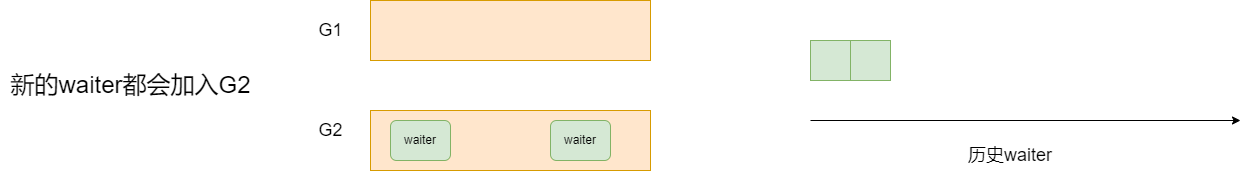
Before: blog/Linux/application-dev/cond-var/demo1.png, a diagram exported from draw.io (zgjsxx/static-img-repo). Source tidied: cells renumbered, new cells last; positions are measured from the earlier drawing's top-left corner, leaving out a move shared by most shapes. The source it was exported from:
```xml
<mxGraphModel>
  <root>
    <mxCell id="0" />
    <mxCell id="1" parent="0" />
    <mxCell id="2" style="rounded=0;whiteSpace=wrap;html=1;fillColor=#ffe6cc;strokeColor=#d79b00;" parent="1" vertex="1">
      <mxGeometry x="370" y="110" width="280" height="60" as="geometry" />
    </mxCell>
    <mxCell id="3" value="waiter" style="rounded=1;whiteSpace=wrap;html=1;fillColor=#d5e8d4;strokeColor=#82b366;shadow=0;" parent="1" vertex="1">
      <mxGeometry x="390" y="120" width="60" height="40" as="geometry" />
    </mxCell>
    <mxCell id="4" value="waiter" style="rounded=1;whiteSpace=wrap;html=1;fillColor=#d5e8d4;strokeColor=#82b366;shadow=0;" parent="1" vertex="1">
      <mxGeometry x="550" y="120" width="60" height="40" as="geometry" />
    </mxCell>
    <mxCell id="5" style="rounded=0;whiteSpace=wrap;html=1;fillColor=#ffe6cc;strokeColor=#d79b00;" parent="1" vertex="1">
      <mxGeometry x="370" width="280" height="60" as="geometry" />
    </mxCell>
    <mxCell id="6" value="&lt;font style=&quot;font-size: 18px&quot;&gt;G1&lt;/font&gt;" style="text;html=1;align=center;verticalAlign=middle;fillColor=none;strokeColor=none;rounded=0;shadow=0;" parent="1" vertex="1">
      <mxGeometry x="310" y="20" width="40" height="20" as="geometry" />
    </mxCell>
    <mxCell id="7" value="&lt;font style=&quot;font-size: 18px&quot;&gt;G2&lt;/font&gt;" style="text;html=1;align=center;verticalAlign=middle;fillColor=none;strokeColor=none;rounded=0;shadow=0;" parent="1" vertex="1">
      <mxGeometry x="310" y="120" width="40" height="20" as="geometry" />
    </mxCell>
    <mxCell id="8" value="&lt;font style=&quot;font-size: 24px&quot;&gt;新的waiter都会加入G2&lt;/font&gt;" style="text;html=1;align=center;verticalAlign=middle;fillColor=none;strokeColor=none;rounded=0;shadow=0;fontSize=18;" parent="1" vertex="1">
      <mxGeometry y="70" width="260" height="30" as="geometry" />
    </mxCell>
    <mxCell id="9" style="rounded=0;whiteSpace=wrap;html=1;fillColor=#d5e8d4;strokeColor=#82b366;" parent="1" vertex="1">
      <mxGeometry x="810" y="40" width="40" height="40" as="geometry" />
    </mxCell>
    <mxCell id="10" style="rounded=0;whiteSpace=wrap;html=1;fillColor=#d5e8d4;strokeColor=#82b366;" parent="1" vertex="1">
      <mxGeometry x="850" y="40" width="40" height="40" as="geometry" />
    </mxCell>
    <mxCell id="11" style="endArrow=classic;html=1;rounded=0;" parent="1" edge="1">
      <mxGeometry relative="1" as="geometry">
        <mxPoint x="810" y="120" as="sourcePoint" />
        <mxPoint x="1240" y="120" as="targetPoint" />
      </mxGeometry>
    </mxCell>
    <mxCell id="12" value="&lt;font style=&quot;font-size: 18px;&quot;&gt;历史waiter&lt;/font&gt;" style="text;strokeColor=none;align=center;fillColor=none;html=1;verticalAlign=middle;whiteSpace=wrap;rounded=0;" parent="1" vertex="1">
      <mxGeometry x="940" y="140" width="140" height="30" as="geometry" />
    </mxCell>
  </root>
</mxGraphModel>
```
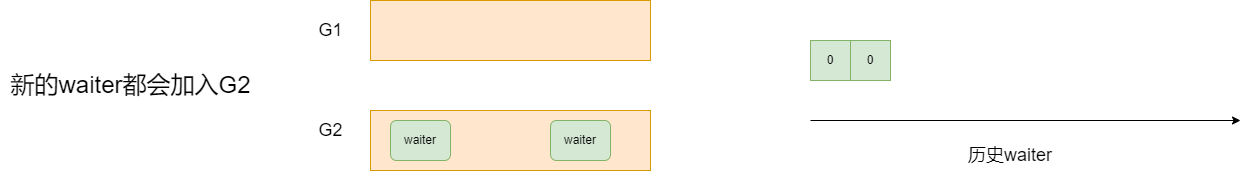
After the commit.

Diff of the diagram source:
```diff
@@ -23,10 +23,10 @@
     <mxCell id="8" value="&lt;font style=&quot;font-size: 24px&quot;&gt;新的waiter都会加入G2&lt;/font&gt;" style="text;html=1;align=center;verticalAlign=middle;fillColor=none;strokeColor=none;rounded=0;shadow=0;fontSize=18;" parent="1" vertex="1">
       <mxGeometry y="70" width="260" height="30" as="geometry" />
     </mxCell>
-    <mxCell id="9" style="rounded=0;whiteSpace=wrap;html=1;fillColor=#d5e8d4;strokeColor=#82b366;" parent="1" vertex="1">
+    <mxCell id="9" value="0" style="rounded=0;whiteSpace=wrap;html=1;fillColor=#d5e8d4;strokeColor=#82b366;" parent="1" vertex="1">
       <mxGeometry x="810" y="40" width="40" height="40" as="geometry" />
     </mxCell>
-    <mxCell id="10" style="rounded=0;whiteSpace=wrap;html=1;fillColor=#d5e8d4;strokeColor=#82b366;" parent="1" vertex="1">
+    <mxCell id="10" value="0" style="rounded=0;whiteSpace=wrap;html=1;fillColor=#d5e8d4;strokeColor=#82b366;" parent="1" vertex="1">
       <mxGeometry x="850" y="40" width="40" height="40" as="geometry" />
     </mxCell>
     <mxCell id="11" style="endArrow=classic;html=1;rounded=0;" parent="1" edge="1">
```
